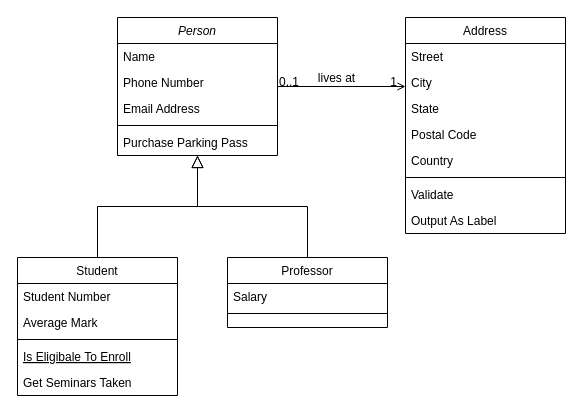
This is Untitled Diagram.drawio from LailaiMaster/cloud, a draw.io file, before an edit. Source tidied: cells renumbered, new cells numbered last; positions are measured from the earlier drawing's top-left corner, leaving out a move shared by most shapes. Both pictures are drawn from the tidied source at 100%, with x=0, y=0 at pixel (17, 17).
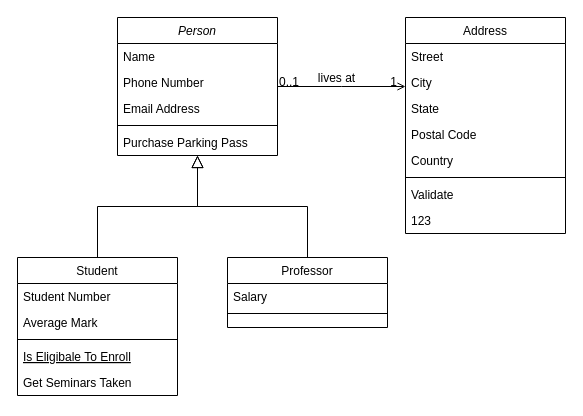
After the change.

The change refers to these unchanged cells:
```xml
<mxCell id="19" value="Address" style="swimlane;fontStyle=0;align=center;verticalAlign=top;horizontal=1;startSize=26;rounded=0;shadow=0;strokeWidth=1;" parent="1" vertex="1">
  <mxGeometry x="388" width="160" height="216" as="geometry" />
</mxCell>
```

Change to the diagram source:
```diff
@@
-    <mxCell id="27" value="Output As Label" style="text;align=left;verticalAlign=top;spacingLeft=4;spacingRight=4;overflow=hidden;" parent="19" vertex="1">
+    <mxCell id="27" value="123" style="text;align=left;verticalAlign=top;spacingLeft=4;spacingRight=4;overflow=hidden;" parent="19" vertex="1">
       <mxGeometry y="190" width="160" height="26" as="geometry" />
     </mxCell>
```
